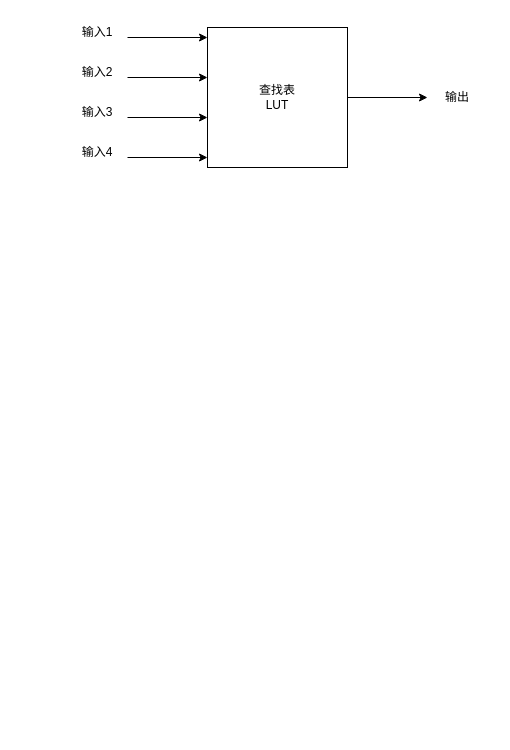
moonlightandyou/Final-exam-review keeps this draw.io diagram as 辅助图/查找表结构.drawio. Above is the earlier version. Source tidied: cells renumbered, new cells numbered last; positions are measured from the earlier drawing's top-left corner, leaving out a move shared by most shapes. Both pictures are drawn from the tidied source at 100%, with x=0, y=0 at pixel (67, 17).
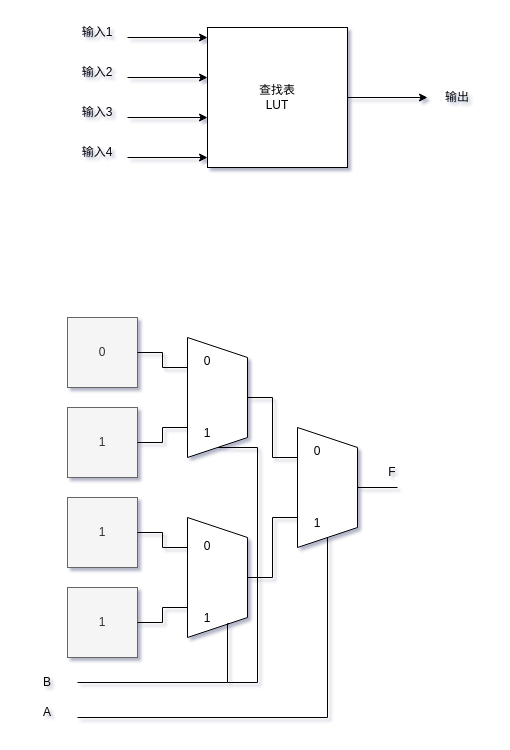
After the change.

Diff of the diagram source:
```diff
@@
-<mxGraphModel>
+<mxGraphModel shadow="1">
@@
+    <mxCell id="13" value="0" style="whiteSpace=wrap;html=1;fillColor=#f5f5f5;fontColor=#333333;strokeColor=#666666;" parent="1" vertex="1">
+      <mxGeometry y="300" width="70" height="70" as="geometry" />
+    </mxCell>
+    <mxCell id="14" value="1" style="whiteSpace=wrap;html=1;fillColor=#f5f5f5;fontColor=#333333;strokeColor=#666666;" parent="1" vertex="1">
+      <mxGeometry y="390" width="70" height="70" as="geometry" />
+    </mxCell>
+    <mxCell id="15" value="1" style="whiteSpace=wrap;html=1;fillColor=#f5f5f5;fontColor=#333333;strokeColor=#666666;" parent="1" vertex="1">
+      <mxGeometry y="480" width="70" height="70" as="geometry" />
+    </mxCell>
+    <mxCell id="16" value="1" style="whiteSpace=wrap;html=1;fillColor=#f5f5f5;fontColor=#333333;strokeColor=#666666;" parent="1" vertex="1">
+      <mxGeometry y="570" width="70" height="70" as="geometry" />
+    </mxCell>
+    <mxCell id="17" style="shape=trapezoid;perimeter=trapezoidPerimeter;whiteSpace=wrap;html=1;fixedSize=1;rotation=90;" parent="1" vertex="1">
+      <mxGeometry x="90" y="350" width="120" height="60" as="geometry" />
+    </mxCell>
+    <mxCell id="18" style="shape=trapezoid;perimeter=trapezoidPerimeter;whiteSpace=wrap;html=1;fixedSize=1;rotation=90;" parent="1" vertex="1">
+      <mxGeometry x="90" y="530" width="120" height="60" as="geometry" />
+    </mxCell>
+    <mxCell id="19" style="shape=trapezoid;perimeter=trapezoidPerimeter;whiteSpace=wrap;html=1;fixedSize=1;rotation=90;" parent="1" vertex="1">
+      <mxGeometry x="200" y="440" width="120" height="60" as="geometry" />
+    </mxCell>
+    <mxCell id="20" value="0&lt;div&gt;&lt;br&gt;&lt;/div&gt;&lt;div&gt;&lt;br&gt;&lt;/div&gt;&lt;div&gt;&lt;br&gt;&lt;/div&gt;&lt;div&gt;&lt;br&gt;&lt;/div&gt;&lt;div&gt;1&lt;/div&gt;" style="text;html=1;align=center;verticalAlign=middle;whiteSpace=wrap;rounded=0;" parent="1" vertex="1">
+      <mxGeometry x="110" y="365" width="60" height="30" as="geometry" />
+    </mxCell>
+    <mxCell id="21" value="0&lt;div&gt;&lt;br&gt;&lt;/div&gt;&lt;div&gt;&lt;br&gt;&lt;/div&gt;&lt;div&gt;&lt;br&gt;&lt;/div&gt;&lt;div&gt;&lt;br&gt;&lt;/div&gt;&lt;div&gt;1&lt;/div&gt;" style="text;html=1;align=center;verticalAlign=middle;whiteSpace=wrap;rounded=0;" parent="1" vertex="1">
+      <mxGeometry x="110" y="550" width="60" height="30" as="geometry" />
+    </mxCell>
+    <mxCell id="22" value="0&lt;div&gt;&lt;br&gt;&lt;/div&gt;&lt;div&gt;&lt;br&gt;&lt;/div&gt;&lt;div&gt;&lt;br&gt;&lt;/div&gt;&lt;div&gt;&lt;br&gt;&lt;/div&gt;&lt;div&gt;1&lt;/div&gt;" style="text;html=1;align=center;verticalAlign=middle;whiteSpace=wrap;rounded=0;" parent="1" vertex="1">
+      <mxGeometry x="220" y="455" width="60" height="30" as="geometry" />
+    </mxCell>
+    <mxCell id="23" style="endArrow=none;html=1;edgeStyle=elbowEdgeStyle;entryX=0.25;entryY=1;entryDx=0;entryDy=0;exitX=0.5;exitY=0;exitDx=0;exitDy=0;rounded=0;curved=0;" parent="1" edge="1" source="17" target="19">
+      <mxGeometry relative="1" as="geometry" />
+    </mxCell>
+    <mxCell id="24" style="endArrow=none;html=1;edgeStyle=elbowEdgeStyle;entryX=0.75;entryY=1;entryDx=0;entryDy=0;exitX=0.5;exitY=0;exitDx=0;exitDy=0;rounded=0;curved=0;" parent="1" edge="1" source="18" target="19">
+      <mxGeometry relative="1" as="geometry" />
+    </mxCell>
+    <mxCell id="25" style="endArrow=none;html=1;edgeStyle=elbowEdgeStyle;entryX=0.75;entryY=1;entryDx=0;entryDy=0;exitX=1;exitY=0.5;exitDx=0;exitDy=0;rounded=0;curved=0;" parent="1" edge="1" source="16" target="18">
+      <mxGeometry relative="1" as="geometry" />
+    </mxCell>
+    <mxCell id="26" style="endArrow=none;html=1;edgeStyle=elbowEdgeStyle;entryX=1;entryY=0.5;entryDx=0;entryDy=0;exitX=0.25;exitY=1;exitDx=0;exitDy=0;rounded=0;curved=0;" parent="1" edge="1" source="18" target="15">
+      <mxGeometry relative="1" as="geometry" />
+    </mxCell>
+    <mxCell id="27" style="endArrow=none;html=1;edgeStyle=elbowEdgeStyle;entryX=1;entryY=0.5;entryDx=0;entryDy=0;exitX=0.75;exitY=1;exitDx=0;exitDy=0;rounded=0;curved=0;" parent="1" edge="1" source="17" target="14">
+      <mxGeometry relative="1" as="geometry" />
+    </mxCell>
+    <mxCell id="28" style="endArrow=none;html=1;edgeStyle=elbowEdgeStyle;entryX=0.25;entryY=1;entryDx=0;entryDy=0;exitX=1;exitY=0.5;exitDx=0;exitDy=0;rounded=0;curved=0;" parent="1" edge="1" source="13" target="17">
+      <mxGeometry relative="1" as="geometry" />
+    </mxCell>
+    <mxCell id="29" style="endArrow=none;html=1;exitX=0.5;exitY=0;exitDx=0;exitDy=0;" parent="1" edge="1" source="19">
+      <mxGeometry relative="1" as="geometry">
+        <mxPoint x="330" y="470" as="targetPoint" />
+      </mxGeometry>
+    </mxCell>
+    <mxCell id="30" value="F" style="text;html=1;align=center;verticalAlign=middle;whiteSpace=wrap;rounded=0;" parent="1" vertex="1">
+      <mxGeometry x="295" y="440" width="60" height="30" as="geometry" />
+    </mxCell>
+    <mxCell id="31" value="B" style="text;html=1;align=center;verticalAlign=middle;whiteSpace=wrap;rounded=0;" parent="1" vertex="1">
+      <mxGeometry x="-50" y="650" width="60" height="30" as="geometry" />
+    </mxCell>
+    <mxCell id="32" style="endArrow=none;html=1;edgeStyle=elbowEdgeStyle;entryX=1;entryY=0.25;entryDx=0;entryDy=0;exitX=1;exitY=0.5;exitDx=0;exitDy=0;rounded=0;curved=0;" parent="1" edge="1" source="31" target="18">
+      <mxGeometry relative="1" as="geometry">
+        <Array as="points">
+          <mxPoint x="160" y="640" />
+        </Array>
+      </mxGeometry>
+    </mxCell>
+    <mxCell id="33" style="endArrow=none;html=1;edgeStyle=elbowEdgeStyle;rounded=0;entryX=1;entryY=0.5;entryDx=0;entryDy=0;" parent="1" edge="1" target="17">
+      <mxGeometry relative="1" as="geometry">
+        <mxPoint x="160" y="665" as="sourcePoint" />
+        <Array as="points">
+          <mxPoint x="190" y="545" />
+        </Array>
+      </mxGeometry>
+    </mxCell>
+    <mxCell id="34" style="endArrow=none;html=1;edgeStyle=elbowEdgeStyle;rounded=0;entryX=1;entryY=0.5;entryDx=0;entryDy=0;" parent="1" edge="1" target="19">
+      <mxGeometry relative="1" as="geometry">
+        <mxPoint x="10" y="700" as="sourcePoint" />
+        <Array as="points">
+          <mxPoint x="260" y="610" />
+        </Array>
+      </mxGeometry>
+    </mxCell>
+    <mxCell id="35" value="A" style="text;html=1;align=center;verticalAlign=middle;whiteSpace=wrap;rounded=0;" parent="1" vertex="1">
+      <mxGeometry x="-50" y="680" width="60" height="30" as="geometry" />
+    </mxCell>
```
